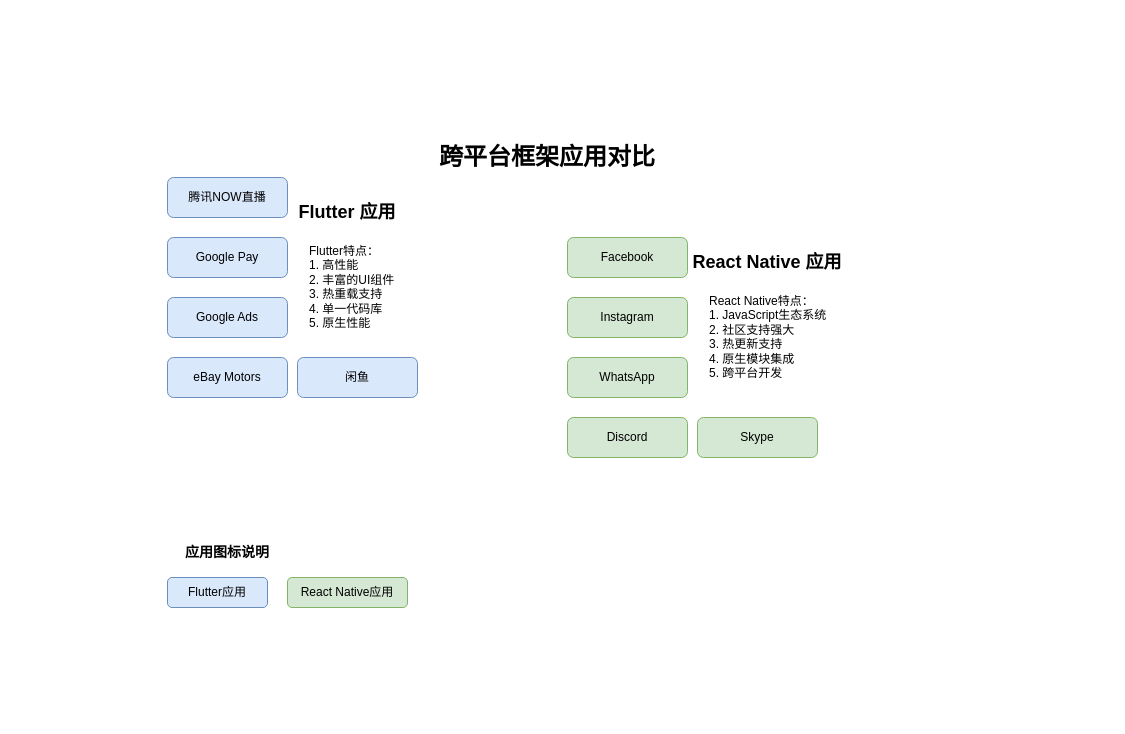
Above: docs/framework_apps.drawio in ancientElement/CyberHamster (draw.io), before the change. Source tidied: cells renumbered, new cells numbered last; positions are measured from the earlier drawing's top-left corner, leaving out a move shared by most shapes. Both pictures are drawn from the tidied source at 100%, with x=0, y=0 at pixel (167, 137).
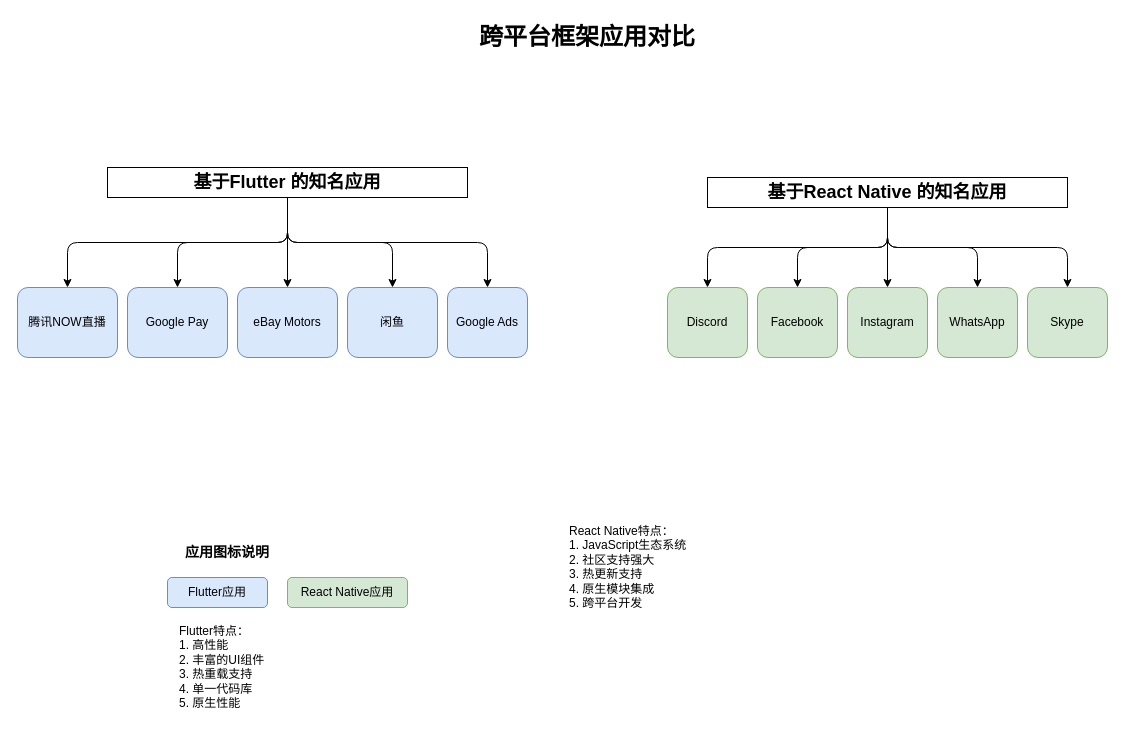
The same diagram, later.

Diff of the diagram source:
```diff
@@
     <mxCell id="2" value="跨平台框架应用对比" style="text;html=1;strokeColor=none;fillColor=none;align=center;verticalAlign=middle;whiteSpace=wrap;rounded=0;fontSize=24;fontStyle=1;" parent="1" vertex="1">
-      <mxGeometry x="200" width="360" height="40" as="geometry" />
+      <mxGeometry x="240" y="-120" width="360" height="40" as="geometry" />
     </mxCell>
+    <mxCell id="20" style="edgeStyle=orthogonalEdgeStyle;rounded=1;jettySize=auto;html=1;curved=0;" parent="1" edge="1" source="3" target="7">
+      <mxGeometry relative="1" as="geometry" />
+    </mxCell>
+    <mxCell id="21" style="edgeStyle=orthogonalEdgeStyle;rounded=1;jettySize=auto;html=1;curved=0;" parent="1" edge="1" source="3" target="4">
+      <mxGeometry relative="1" as="geometry" />
+    </mxCell>
+    <mxCell id="22" style="edgeStyle=orthogonalEdgeStyle;rounded=1;jettySize=auto;html=1;curved=0;" parent="1" edge="1" source="3" target="6">
+      <mxGeometry relative="1" as="geometry" />
+    </mxCell>
+    <mxCell id="23" style="edgeStyle=orthogonalEdgeStyle;rounded=1;jettySize=auto;html=1;curved=0;" parent="1" edge="1" source="3" target="8">
+      <mxGeometry relative="1" as="geometry" />
+    </mxCell>
+    <mxCell id="24" style="edgeStyle=orthogonalEdgeStyle;rounded=1;jettySize=auto;html=1;curved=0;" parent="1" edge="1" source="3" target="5">
+      <mxGeometry relative="1" as="geometry" />
+    </mxCell>
-    <mxCell id="3" value="Flutter 应用" style="text;html=1;strokeColor=none;fillColor=none;align=center;verticalAlign=middle;whiteSpace=wrap;rounded=0;fontSize=18;fontStyle=1;" parent="1" vertex="1">
-      <mxGeometry y="60" width="360" height="30" as="geometry" />
+    <mxCell id="3" value="基于Flutter 的知名应用" style="text;html=1;strokeColor=default;fillColor=none;align=center;verticalAlign=middle;whiteSpace=wrap;rounded=0;fontSize=18;fontStyle=1;" parent="1" vertex="1">
+      <mxGeometry x="-60" y="30" width="360" height="30" as="geometry" />
     </mxCell>
     <mxCell id="4" value="Google Pay" style="rounded=1;whiteSpace=wrap;html=1;fillColor=#dae8fc;strokeColor=#6c8ebf;" parent="1" vertex="1">
-      <mxGeometry y="100" width="120" height="40" as="geometry" />
+      <mxGeometry x="-40" y="150" width="100" height="70" as="geometry" />
     </mxCell>
     <mxCell id="5" value="Google Ads" style="rounded=1;whiteSpace=wrap;html=1;fillColor=#dae8fc;strokeColor=#6c8ebf;" parent="1" vertex="1">
-      <mxGeometry y="160" width="120" height="40" as="geometry" />
+      <mxGeometry x="280" y="150" width="80" height="70" as="geometry" />
     </mxCell>
     <mxCell id="6" value="eBay Motors" style="rounded=1;whiteSpace=wrap;html=1;fillColor=#dae8fc;strokeColor=#6c8ebf;" parent="1" vertex="1">
-      <mxGeometry y="220" width="120" height="40" as="geometry" />
+      <mxGeometry x="70" y="150" width="100" height="70" as="geometry" />
     </mxCell>
     <mxCell id="7" value="腾讯NOW直播" style="rounded=1;whiteSpace=wrap;html=1;fillColor=#dae8fc;strokeColor=#6c8ebf;" parent="1" vertex="1">
-      <mxGeometry y="40" width="120" height="40" as="geometry" />
+      <mxGeometry x="-150" y="150" width="100" height="70" as="geometry" />
     </mxCell>
     <mxCell id="8" value="闲鱼" style="rounded=1;whiteSpace=wrap;html=1;fillColor=#dae8fc;strokeColor=#6c8ebf;" parent="1" vertex="1">
-      <mxGeometry x="130" y="220" width="120" height="40" as="geometry" />
+      <mxGeometry x="180" y="150" width="90" height="70" as="geometry" />
     </mxCell>
     <mxCell id="9" value="Flutter特点：&#10;1. 高性能&#10;2. 丰富的UI组件&#10;3. 热重载支持&#10;4. 单一代码库&#10;5. 原生性能" style="text;html=1;strokeColor=none;fillColor=none;align=left;verticalAlign=top;whiteSpace=wrap;rounded=0;" parent="1" vertex="1">
-      <mxGeometry x="140" y="100" width="200" height="100" as="geometry" />
+      <mxGeometry x="10" y="480" width="200" height="100" as="geometry" />
     </mxCell>
+    <mxCell id="25" style="edgeStyle=orthogonalEdgeStyle;rounded=1;jettySize=auto;html=1;curved=0;" parent="1" edge="1" source="10" target="14">
+      <mxGeometry relative="1" as="geometry" />
+    </mxCell>
+    <mxCell id="26" style="edgeStyle=orthogonalEdgeStyle;rounded=1;jettySize=auto;html=1;curved=0;" parent="1" edge="1" source="10" target="11">
+      <mxGeometry relative="1" as="geometry" />
+    </mxCell>
+    <mxCell id="27" style="edgeStyle=orthogonalEdgeStyle;rounded=1;jettySize=auto;html=1;curved=0;" parent="1" edge="1" source="10" target="12">
+      <mxGeometry relative="1" as="geometry" />
+    </mxCell>
+    <mxCell id="28" style="edgeStyle=orthogonalEdgeStyle;rounded=1;jettySize=auto;html=1;curved=0;" parent="1" edge="1" source="10" target="13">
+      <mxGeometry relative="1" as="geometry" />
+    </mxCell>
+    <mxCell id="29" style="edgeStyle=orthogonalEdgeStyle;rounded=1;jettySize=auto;html=1;curved=0;" parent="1" edge="1" source="10" target="15">
+      <mxGeometry relative="1" as="geometry" />
+    </mxCell>
-    <mxCell id="10" value="React Native 应用" style="text;html=1;strokeColor=none;fillColor=none;align=center;verticalAlign=middle;whiteSpace=wrap;rounded=0;fontSize=18;fontStyle=1;" parent="1" vertex="1">
-      <mxGeometry x="420" y="110" width="360" height="30" as="geometry" />
+    <mxCell id="10" value="基于React Native 的知名应用" style="text;html=1;strokeColor=default;fillColor=none;align=center;verticalAlign=middle;whiteSpace=wrap;rounded=0;fontSize=18;fontStyle=1;" parent="1" vertex="1">
+      <mxGeometry x="540" y="40" width="360" height="30" as="geometry" />
     </mxCell>
     <mxCell id="11" value="Facebook" style="rounded=1;whiteSpace=wrap;html=1;fillColor=#d5e8d4;strokeColor=#82b366;" parent="1" vertex="1">
-      <mxGeometry x="400" y="100" width="120" height="40" as="geometry" />
+      <mxGeometry x="590" y="150" width="80" height="70" as="geometry" />
     </mxCell>
     <mxCell id="12" value="Instagram" style="rounded=1;whiteSpace=wrap;html=1;fillColor=#d5e8d4;strokeColor=#82b366;" parent="1" vertex="1">
-      <mxGeometry x="400" y="160" width="120" height="40" as="geometry" />
+      <mxGeometry x="680" y="150" width="80" height="70" as="geometry" />
     </mxCell>
     <mxCell id="13" value="WhatsApp" style="rounded=1;whiteSpace=wrap;html=1;fillColor=#d5e8d4;strokeColor=#82b366;" parent="1" vertex="1">
-      <mxGeometry x="400" y="220" width="120" height="40" as="geometry" />
+      <mxGeometry x="770" y="150" width="80" height="70" as="geometry" />
     </mxCell>
     <mxCell id="14" value="Discord" style="rounded=1;whiteSpace=wrap;html=1;fillColor=#d5e8d4;strokeColor=#82b366;" parent="1" vertex="1">
-      <mxGeometry x="400" y="280" width="120" height="40" as="geometry" />
+      <mxGeometry x="500" y="150" width="80" height="70" as="geometry" />
     </mxCell>
     <mxCell id="15" value="Skype" style="rounded=1;whiteSpace=wrap;html=1;fillColor=#d5e8d4;strokeColor=#82b366;" parent="1" vertex="1">
-      <mxGeometry x="530" y="280" width="120" height="40" as="geometry" />
+      <mxGeometry x="860" y="150" width="80" height="70" as="geometry" />
     </mxCell>
     <mxCell id="16" value="React Native特点：&#10;1. JavaScript生态系统&#10;2. 社区支持强大&#10;3. 热更新支持&#10;4. 原生模块集成&#10;5. 跨平台开发" style="text;html=1;strokeColor=none;fillColor=none;align=left;verticalAlign=top;whiteSpace=wrap;rounded=0;" parent="1" vertex="1">
-      <mxGeometry x="540" y="150" width="200" height="100" as="geometry" />
+      <mxGeometry x="400" y="380" width="200" height="100" as="geometry" />
     </mxCell>
```
